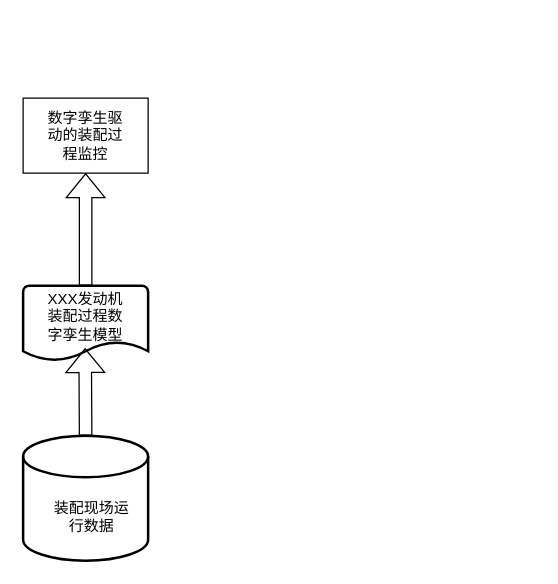
This is 数字孪生驱动的装配执行控制.drawio from QingLianDuo/begraph, a draw.io file, before an edit. Source tidied: cells renumbered, new cells numbered last; positions are measured from the earlier drawing's top-left corner, leaving out a move shared by most shapes. Both pictures are drawn from the tidied source at 125%, with x=0, y=0 at pixel (22, 98).
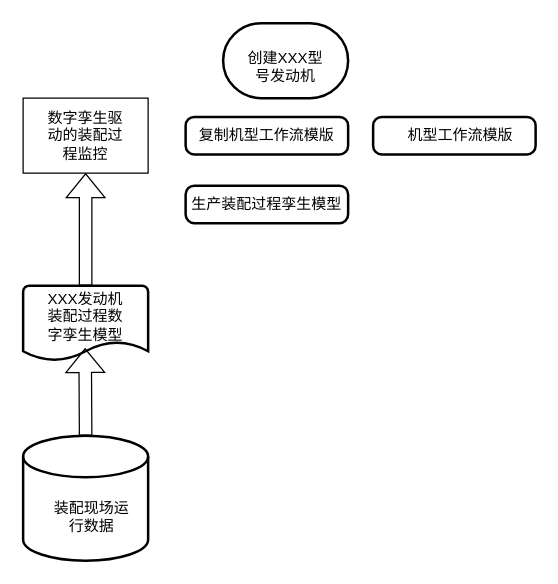
The same page after the edit.

Commit message:
更新数字孪生驱动的装配执行控制.drawio

The edit, as a diff of the source:
```diff
@@
+    <mxCell id="13" style="group;" parent="1" vertex="1">
+      <mxGeometry x="160" y="-60" width="100" height="60" as="geometry" />
+    </mxCell>
+    <mxCell id="14" style="strokeWidth=2;html=1;shape=mxgraph.flowchart.terminator;whiteSpace=wrap;" parent="13" vertex="1">
+      <mxGeometry width="100" height="60" as="geometry" />
+    </mxCell>
+    <mxCell id="15" value="创建XXX型号发动机" style="text;html=1;align=center;verticalAlign=middle;whiteSpace=wrap;rounded=0;" parent="13" vertex="1">
+      <mxGeometry x="15" y="20" width="70" height="30" as="geometry" />
+    </mxCell>
+    <mxCell id="16" style="rounded=1;whiteSpace=wrap;html=1;absoluteArcSize=1;arcSize=14;strokeWidth=2;" parent="1" vertex="1">
+      <mxGeometry x="280" y="15" width="130" height="30" as="geometry" />
+    </mxCell>
+    <mxCell id="17" value="机型工作流模版" style="text;html=1;align=center;verticalAlign=middle;whiteSpace=wrap;rounded=0;" parent="1" vertex="1">
+      <mxGeometry x="300" y="15" width="100" height="30" as="geometry" />
+    </mxCell>
+    <mxCell id="18" style="rounded=1;whiteSpace=wrap;html=1;absoluteArcSize=1;arcSize=14;strokeWidth=2;" parent="1" vertex="1">
+      <mxGeometry x="130" y="15" width="130" height="30" as="geometry" />
+    </mxCell>
+    <mxCell id="19" value="复制机型工作流模版" style="text;html=1;align=center;verticalAlign=middle;whiteSpace=wrap;rounded=0;" parent="1" vertex="1">
+      <mxGeometry x="140" y="15" width="110" height="30" as="geometry" />
+    </mxCell>
+    <mxCell id="20" style="rounded=1;whiteSpace=wrap;html=1;absoluteArcSize=1;arcSize=14;strokeWidth=2;" parent="1" vertex="1">
+      <mxGeometry x="130" y="70" width="130" height="30" as="geometry" />
+    </mxCell>
+    <mxCell id="21" value="生产装配过程孪生模型" style="text;html=1;align=center;verticalAlign=middle;whiteSpace=wrap;rounded=0;" parent="1" vertex="1">
+      <mxGeometry x="130" y="70" width="130" height="30" as="geometry" />
+    </mxCell>
```
